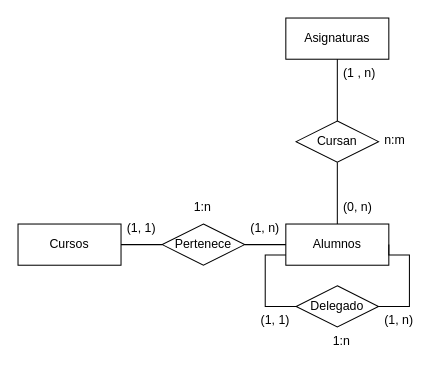
Lioteronn/erp-diagrams keeps this draw.io diagram as Ejercicio_Uno.drawio. Above is the earlier version. Source tidied: cells renumbered, new cells numbered last; positions are measured from the earlier drawing's top-left corner, leaving out a move shared by most shapes. Both pictures are drawn from the tidied source at 103%, with x=0, y=0 at pixel (18, 18).
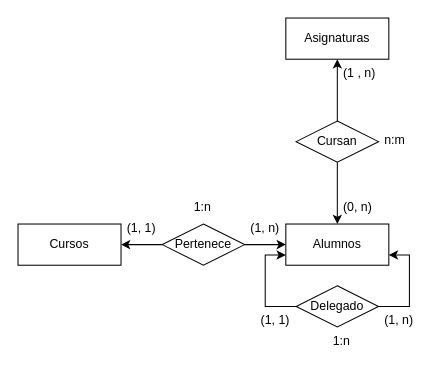
The same diagram, later.

The change refers to these unchanged cells:
```xml
<mxCell id="2" value="Cursos" style="whiteSpace=wrap;html=1;align=center;" parent="1" vertex="1">
  <mxGeometry y="200" width="100" height="40" as="geometry" />
</mxCell>
<mxCell id="4" value="Alumnos" style="whiteSpace=wrap;html=1;align=center;" parent="1" vertex="1">
  <mxGeometry x="260" y="200" width="100" height="40" as="geometry" />
</mxCell>
<mxCell id="6" value="Pertenece" style="shape=rhombus;perimeter=rhombusPerimeter;whiteSpace=wrap;html=1;align=center;" parent="1" vertex="1">
  <mxGeometry x="140" y="200" width="80" height="40" as="geometry" />
</mxCell>
<mxCell id="13" value="Asignaturas" style="whiteSpace=wrap;html=1;align=center;" parent="1" vertex="1">
  <mxGeometry x="260" width="100" height="40" as="geometry" />
</mxCell>
<mxCell id="15" value="Cursan" style="shape=rhombus;perimeter=rhombusPerimeter;whiteSpace=wrap;html=1;align=center;" parent="1" vertex="1">
  <mxGeometry x="270" y="100" width="80" height="40" as="geometry" />
</mxCell>
<mxCell id="22" value="Delegado" style="shape=rhombus;perimeter=rhombusPerimeter;whiteSpace=wrap;html=1;align=center;" parent="1" vertex="1">
  <mxGeometry x="270" y="260" width="80" height="40" as="geometry" />
</mxCell>
```

Change to the diagram source:
```diff
@@
-    <mxCell id="3" style="edgeStyle=orthogonalEdgeStyle;rounded=0;jettySize=auto;html=1;exitX=0.5;exitY=0;exitDx=0;exitDy=0;entryX=0.5;entryY=1;entryDx=0;entryDy=0;endArrow=none;endFill=0;" parent="1" edge="1" source="4" target="15">
-      <mxGeometry relative="1" as="geometry" />
-    </mxCell>
@@
-    <mxCell id="5" style="edgeStyle=orthogonalEdgeStyle;rounded=0;jettySize=auto;html=1;exitX=1;exitY=0.5;exitDx=0;exitDy=0;entryX=0;entryY=0.5;entryDx=0;entryDy=0;strokeColor=default;endArrow=none;endFill=0;" parent="1" edge="1" source="6" target="4">
+    <mxCell id="5" style="edgeStyle=orthogonalEdgeStyle;rounded=0;jettySize=auto;html=1;exitX=1;exitY=0.5;exitDx=0;exitDy=0;entryX=0;entryY=0.5;entryDx=0;entryDy=0;" parent="1" edge="1" source="6" target="4">
       <mxGeometry relative="1" as="geometry" />
     </mxCell>
+    <mxCell id="23" style="edgeStyle=orthogonalEdgeStyle;rounded=0;jettySize=auto;html=1;exitX=0;exitY=0.5;exitDx=0;exitDy=0;entryX=1;entryY=0.5;entryDx=0;entryDy=0;" parent="1" edge="1" source="6" target="2">
+      <mxGeometry relative="1" as="geometry" />
+    </mxCell>
@@
-    <mxCell id="7" style="endArrow=none;html=1;rounded=0;exitX=1;exitY=0.5;exitDx=0;exitDy=0;entryX=0;entryY=0.5;entryDx=0;entryDy=0;" parent="1" edge="1" source="2" target="6">
-      <mxGeometry relative="1" as="geometry" />
-    </mxCell>
-    <mxCell id="8" style="edgeStyle=orthogonalEdgeStyle;rounded=0;jettySize=auto;html=1;entryX=1;entryY=0.5;entryDx=0;entryDy=0;endArrow=none;endFill=0;" parent="1" edge="1" target="4">
-      <mxGeometry relative="1" as="geometry">
-        <mxPoint x="349.9" y="280" as="sourcePoint" />
-        <Array as="points">
-          <mxPoint x="380" y="280" />
-          <mxPoint x="380" y="230" />
-          <mxPoint x="360" y="230" />
-        </Array>
-      </mxGeometry>
-    </mxCell>
-    <mxCell id="9" style="edgeStyle=orthogonalEdgeStyle;rounded=0;jettySize=auto;html=1;endArrow=none;endFill=0;entryX=0;entryY=0.75;entryDx=0;entryDy=0;exitX=0;exitY=0.5;exitDx=0;exitDy=0;" parent="1" edge="1" target="4">
-      <mxGeometry relative="1" as="geometry">
-        <mxPoint x="270" y="280" as="sourcePoint" />
-        <Array as="points">
-          <mxPoint x="240" y="280" />
-          <mxPoint x="240" y="230" />
-        </Array>
-      </mxGeometry>
-    </mxCell>
@@
+    <mxCell id="24" style="edgeStyle=orthogonalEdgeStyle;rounded=0;jettySize=auto;html=1;exitX=0.5;exitY=1;exitDx=0;exitDy=0;" parent="1" edge="1" source="15" target="4">
+      <mxGeometry relative="1" as="geometry" />
+    </mxCell>
-    <mxCell id="14" style="edgeStyle=orthogonalEdgeStyle;rounded=0;jettySize=auto;html=1;exitX=0.5;exitY=0;exitDx=0;exitDy=0;entryX=0.5;entryY=1;entryDx=0;entryDy=0;endArrow=none;endFill=0;" parent="1" edge="1" source="15" target="13">
+    <mxCell id="14" style="edgeStyle=orthogonalEdgeStyle;rounded=0;jettySize=auto;html=1;exitX=0.5;exitY=0;exitDx=0;exitDy=0;" parent="1" edge="1" source="15" target="13">
       <mxGeometry relative="1" as="geometry" />
     </mxCell>
@@
+    <mxCell id="25" style="edgeStyle=orthogonalEdgeStyle;rounded=0;jettySize=auto;html=1;entryX=1;entryY=0.75;entryDx=0;entryDy=0;" parent="1" edge="1" source="22" target="4">
+      <mxGeometry relative="1" as="geometry">
+        <Array as="points">
+          <mxPoint x="380" y="280" />
+          <mxPoint x="380" y="230" />
+        </Array>
+      </mxGeometry>
+    </mxCell>
+    <mxCell id="26" style="edgeStyle=orthogonalEdgeStyle;rounded=0;jettySize=auto;html=1;exitX=0;exitY=0.5;exitDx=0;exitDy=0;entryX=0;entryY=0.75;entryDx=0;entryDy=0;" parent="1" edge="1" source="22" target="4">
+      <mxGeometry relative="1" as="geometry" />
+    </mxCell>
```
